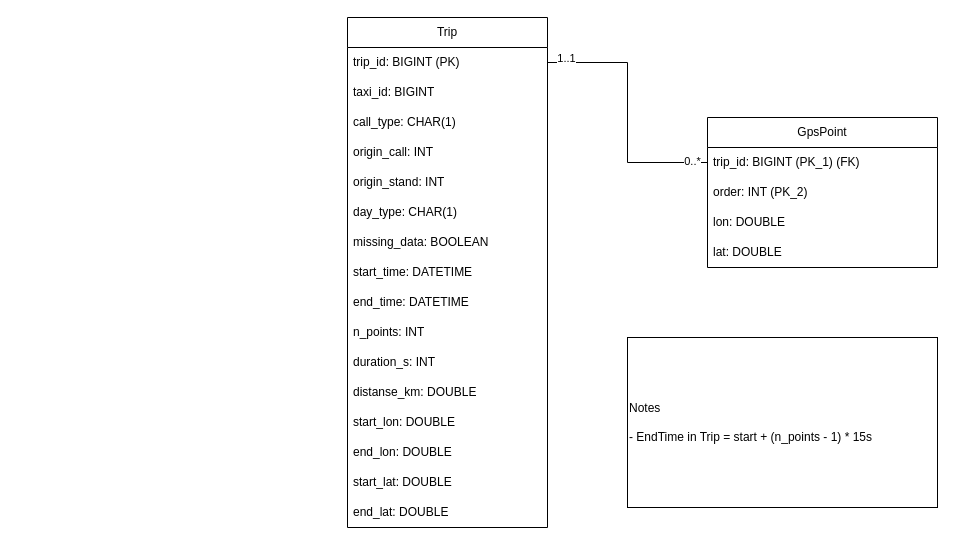
Earlier version of the draw.io diagram db_diagram.drawio (TDT4225-Large-Distributed-Data-Volumes/Assignment-2). Source tidied: cells renumbered, new cells numbered last; positions are measured from the earlier drawing's top-left corner, leaving out a move shared by most shapes. Both pictures are drawn from the tidied source at 100%, with x=0, y=0 at pixel (347, 17).
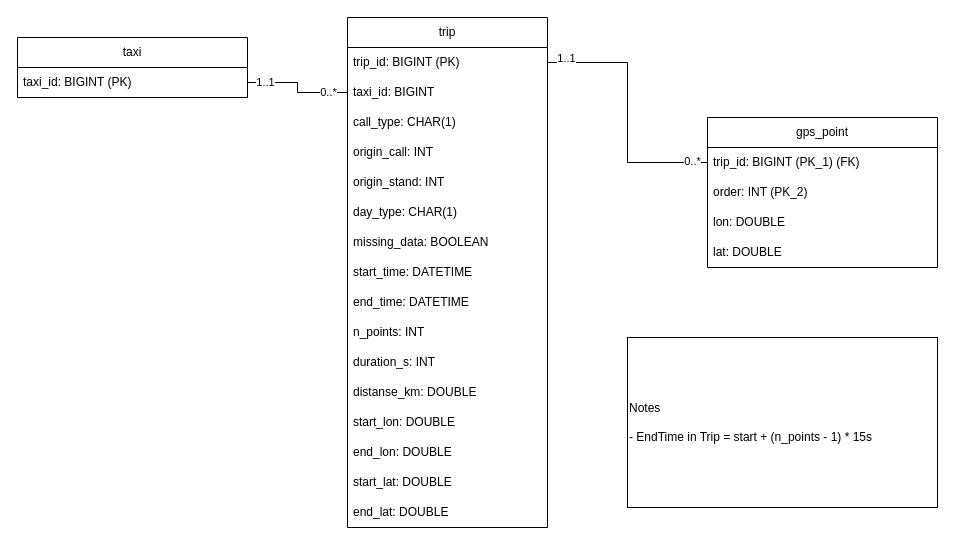
Above is the later version.

Commit message:
added taxi table

Unchanged cells that the change refers to:
```xml
<mxCell id="4" value="taxi_id: BIGINT" style="text;strokeColor=none;fillColor=none;align=left;verticalAlign=middle;spacingLeft=4;spacingRight=4;overflow=hidden;points=[[0,0.5],[1,0.5]];portConstraint=eastwest;whiteSpace=wrap;html=1;" parent="2" vertex="1">
  <mxGeometry y="60" width="200" height="30" as="geometry" />
</mxCell>
```

Diff of the diagram source:
```diff
@@
-    <mxCell id="2" value="Trip" style="swimlane;fontStyle=0;horizontal=1;startSize=30;whiteSpace=wrap;html=1;" parent="1" vertex="1">
+    <mxCell id="2" value="trip" style="swimlane;fontStyle=0;horizontal=1;startSize=30;whiteSpace=wrap;html=1;" parent="1" vertex="1">
       <mxGeometry width="200" height="510" as="geometry" />
     </mxCell>
@@
-    <mxCell id="19" value="GpsPoint" style="swimlane;fontStyle=0;horizontal=1;startSize=30;whiteSpace=wrap;html=1;" parent="1" vertex="1">
+    <mxCell id="19" value="gps_point" style="swimlane;fontStyle=0;horizontal=1;startSize=30;whiteSpace=wrap;html=1;" parent="1" vertex="1">
       <mxGeometry x="360" y="100" width="230" height="150" as="geometry" />
     </mxCell>
@@
+    <mxCell id="28" style="edgeStyle=orthogonalEdgeStyle;rounded=0;jettySize=auto;html=1;exitX=1;exitY=0.75;exitDx=0;exitDy=0;entryX=0;entryY=0.5;entryDx=0;entryDy=0;endArrow=none;endFill=0;" parent="1" edge="1" source="31" target="4">
+      <mxGeometry relative="1" as="geometry" />
+    </mxCell>
+    <mxCell id="29" value="1..1" style="edgeLabel;html=1;align=center;verticalAlign=middle;" parent="28" vertex="1">
+      <mxGeometry x="-0.69" y="1" relative="1" as="geometry" />
+    </mxCell>
+    <mxCell id="30" value="0..*" style="edgeLabel;html=1;align=center;verticalAlign=middle;" parent="28" vertex="1">
+      <mxGeometry x="0.78" y="1" relative="1" as="geometry">
+        <mxPoint x="-8" as="offset" />
+      </mxGeometry>
+    </mxCell>
+    <mxCell id="31" value="taxi" style="swimlane;fontStyle=0;horizontal=1;startSize=30;whiteSpace=wrap;html=1;" parent="1" vertex="1">
+      <mxGeometry x="-330" y="20" width="230" height="60" as="geometry" />
+    </mxCell>
+    <mxCell id="32" value="taxi_id: BIGINT (PK)" style="text;strokeColor=none;fillColor=none;align=left;verticalAlign=middle;spacingLeft=4;spacingRight=4;overflow=hidden;whiteSpace=wrap;html=1;" parent="31" vertex="1">
+      <mxGeometry y="30" width="230" height="30" as="geometry" />
+    </mxCell>
```
